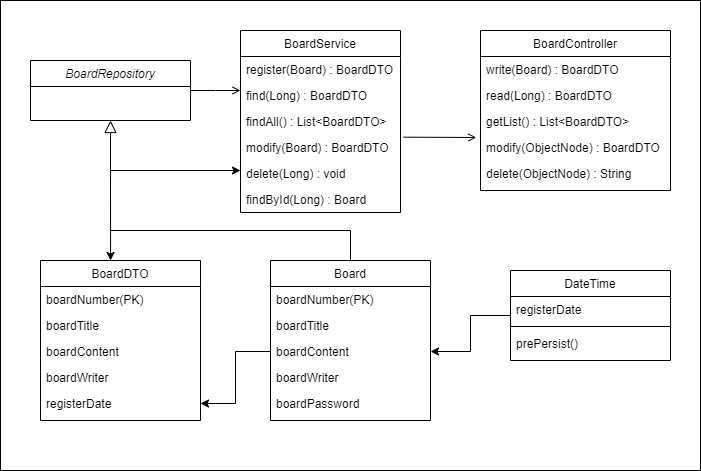
Earlier version of the draw.io export src/main/resources/static/images/Use Case Diagram2.png (wondo8449/scheduler). Source tidied: cells renumbered, new cells last; positions are measured from the earlier drawing's top-left corner, leaving out a move shared by most shapes. The source it was exported from:
```xml
<mxGraphModel>
  <root>
    <mxCell id="0" />
    <mxCell id="1" parent="0" />
    <mxCell id="2" style="rounded=0;whiteSpace=wrap;html=1;fillColor=#FFFFFF;" parent="1" vertex="1">
      <mxGeometry width="700" height="470" as="geometry" />
    </mxCell>
    <mxCell id="3" value="BoardRepository" style="swimlane;fontStyle=2;align=center;verticalAlign=top;horizontal=1;startSize=26;rounded=0;shadow=0;strokeWidth=1;" parent="1" vertex="1">
      <mxGeometry x="30" y="60" width="160" height="60" as="geometry" />
    </mxCell>
    <mxCell id="4" value="Board" style="swimlane;fontStyle=0;align=center;verticalAlign=top;horizontal=1;startSize=26;rounded=0;shadow=0;strokeWidth=1;" parent="1" vertex="1">
      <mxGeometry x="270" y="260" width="160" height="160" as="geometry" />
    </mxCell>
    <mxCell id="5" value="boardNumber(PK)" style="text;align=left;verticalAlign=top;spacingLeft=4;spacingRight=4;overflow=hidden;" parent="4" vertex="1">
      <mxGeometry y="26" width="160" height="26" as="geometry" />
    </mxCell>
    <mxCell id="6" value="boardTitle" style="text;align=left;verticalAlign=top;spacingLeft=4;spacingRight=4;overflow=hidden;rounded=0;shadow=0;html=0;" parent="4" vertex="1">
      <mxGeometry y="52" width="160" height="26" as="geometry" />
    </mxCell>
    <mxCell id="7" value="boardContent" style="text;align=left;verticalAlign=top;spacingLeft=4;spacingRight=4;overflow=hidden;points=[[0,0.5],[1,0.5]];portConstraint=eastwest;rounded=0;shadow=0;html=0;" parent="4" vertex="1">
      <mxGeometry y="78" width="160" height="26" as="geometry" />
    </mxCell>
    <mxCell id="8" value="boardWriter" style="text;align=left;verticalAlign=top;spacingLeft=4;spacingRight=4;overflow=hidden;rounded=0;shadow=0;html=0;" parent="4" vertex="1">
      <mxGeometry y="104" width="160" height="26" as="geometry" />
    </mxCell>
    <mxCell id="9" value="boardPassword" style="text;align=left;verticalAlign=top;spacingLeft=4;spacingRight=4;overflow=hidden;rounded=0;shadow=0;html=0;" parent="4" vertex="1">
      <mxGeometry y="130" width="160" height="26" as="geometry" />
    </mxCell>
    <mxCell id="10" style="endArrow=block;endSize=10;endFill=0;shadow=0;strokeWidth=1;rounded=0;curved=0;edgeStyle=elbowEdgeStyle;elbow=vertical;" parent="1" edge="1" source="4" target="3">
      <mxGeometry relative="1" as="geometry">
        <Array as="points">
          <mxPoint x="230" y="230" />
        </Array>
      </mxGeometry>
    </mxCell>
    <mxCell id="11" style="edgeStyle=orthogonalEdgeStyle;rounded=0;jettySize=auto;html=1;" parent="1" edge="1" source="12" target="7">
      <mxGeometry relative="1" as="geometry" />
    </mxCell>
    <mxCell id="12" value="DateTime" style="swimlane;fontStyle=0;align=center;verticalAlign=top;horizontal=1;startSize=26;rounded=0;shadow=0;strokeWidth=1;" parent="1" vertex="1">
      <mxGeometry x="510" y="270" width="160" height="90" as="geometry" />
    </mxCell>
    <mxCell id="13" value="registerDate" style="text;align=left;verticalAlign=top;spacingLeft=4;spacingRight=4;overflow=hidden;" parent="12" vertex="1">
      <mxGeometry y="26" width="160" height="26" as="geometry" />
    </mxCell>
    <mxCell id="14" style="line;html=1;strokeWidth=1;align=left;verticalAlign=middle;spacingTop=-1;spacingLeft=3;spacingRight=3;labelPosition=right;" parent="12" vertex="1">
      <mxGeometry y="52" width="160" height="8" as="geometry" />
    </mxCell>
    <mxCell id="15" value="prePersist()" style="text;align=left;verticalAlign=top;spacingLeft=4;spacingRight=4;overflow=hidden;" parent="12" vertex="1">
      <mxGeometry y="60" width="160" height="26" as="geometry" />
    </mxCell>
    <mxCell id="16" value="BoardService" style="swimlane;fontStyle=0;align=center;verticalAlign=top;horizontal=1;startSize=26;rounded=0;shadow=0;strokeWidth=1;" parent="1" vertex="1">
      <mxGeometry x="240" y="30" width="160" height="182" as="geometry" />
    </mxCell>
    <mxCell id="17" value="register(Board) : BoardDTO" style="text;align=left;verticalAlign=top;spacingLeft=4;spacingRight=4;overflow=hidden;" parent="16" vertex="1">
      <mxGeometry y="26" width="160" height="26" as="geometry" />
    </mxCell>
    <mxCell id="18" value="find(Long) : BoardDTO" style="text;align=left;verticalAlign=top;spacingLeft=4;spacingRight=4;overflow=hidden;rounded=0;shadow=0;html=0;" parent="16" vertex="1">
      <mxGeometry y="52" width="160" height="26" as="geometry" />
    </mxCell>
    <mxCell id="19" value="findAll() : List&lt;BoardDTO&gt;" style="text;align=left;verticalAlign=top;spacingLeft=4;spacingRight=4;overflow=hidden;rounded=0;shadow=0;html=0;" parent="16" vertex="1">
      <mxGeometry y="78" width="160" height="26" as="geometry" />
    </mxCell>
    <mxCell id="20" value="modify(Board) : BoardDTO" style="text;align=left;verticalAlign=top;spacingLeft=4;spacingRight=4;overflow=hidden;points=[[0,0.5],[1,0.5]];portConstraint=eastwest;rounded=0;shadow=0;html=0;" parent="16" vertex="1">
      <mxGeometry y="104" width="160" height="26" as="geometry" />
    </mxCell>
    <mxCell id="21" value="delete(Long) : void" style="text;align=left;verticalAlign=top;spacingLeft=4;spacingRight=4;overflow=hidden;rounded=0;shadow=0;html=0;" parent="16" vertex="1">
      <mxGeometry y="130" width="160" height="26" as="geometry" />
    </mxCell>
    <mxCell id="22" value="findById(Long) : Board" style="text;align=left;verticalAlign=top;spacingLeft=4;spacingRight=4;overflow=hidden;rounded=0;shadow=0;html=0;" parent="16" vertex="1">
      <mxGeometry y="156" width="160" height="26" as="geometry" />
    </mxCell>
    <mxCell id="23" style="endArrow=open;shadow=0;strokeWidth=1;rounded=0;curved=0;endFill=1;edgeStyle=elbowEdgeStyle;elbow=vertical;" parent="1" edge="1" source="3" target="16">
      <mxGeometry x="0.5" y="41" relative="1" as="geometry">
        <mxPoint x="-40" y="32" as="offset" />
      </mxGeometry>
    </mxCell>
    <mxCell id="24" value="BoardController" style="swimlane;fontStyle=0;align=center;verticalAlign=top;horizontal=1;startSize=26;rounded=0;shadow=0;strokeWidth=1;" parent="1" vertex="1">
      <mxGeometry x="480" y="30" width="190" height="160" as="geometry" />
    </mxCell>
    <mxCell id="25" value="write(Board) : BoardDTO" style="text;align=left;verticalAlign=top;spacingLeft=4;spacingRight=4;overflow=hidden;" parent="24" vertex="1">
      <mxGeometry y="26" width="190" height="26" as="geometry" />
    </mxCell>
    <mxCell id="26" value="read(Long) : BoardDTO" style="text;align=left;verticalAlign=top;spacingLeft=4;spacingRight=4;overflow=hidden;rounded=0;shadow=0;html=0;" parent="24" vertex="1">
      <mxGeometry y="52" width="190" height="26" as="geometry" />
    </mxCell>
    <mxCell id="27" value="getList() : List&lt;BoardDTO&gt;" style="text;align=left;verticalAlign=top;spacingLeft=4;spacingRight=4;overflow=hidden;rounded=0;shadow=0;html=0;" parent="24" vertex="1">
      <mxGeometry y="78" width="190" height="26" as="geometry" />
    </mxCell>
    <mxCell id="28" value="modify(ObjectNode) : BoardDTO" style="text;align=left;verticalAlign=top;spacingLeft=4;spacingRight=4;overflow=hidden;points=[[0,0.5],[1,0.5]];portConstraint=eastwest;rounded=0;shadow=0;html=0;" parent="24" vertex="1">
      <mxGeometry y="104" width="190" height="26" as="geometry" />
    </mxCell>
    <mxCell id="29" value="delete(ObjectNode) : String" style="text;align=left;verticalAlign=top;spacingLeft=4;spacingRight=4;overflow=hidden;rounded=0;shadow=0;html=0;" parent="24" vertex="1">
      <mxGeometry y="130" width="190" height="26" as="geometry" />
    </mxCell>
    <mxCell id="30" style="endArrow=open;shadow=0;strokeWidth=1;rounded=0;curved=0;endFill=1;edgeStyle=elbowEdgeStyle;elbow=vertical;exitX=1.019;exitY=0.103;exitDx=0;exitDy=0;exitPerimeter=0;entryX=-0.022;entryY=0.121;entryDx=0;entryDy=0;entryPerimeter=0;" parent="1" edge="1" source="20" target="28">
      <mxGeometry x="0.5" y="41" relative="1" as="geometry">
        <mxPoint x="-40" y="32" as="offset" />
      </mxGeometry>
    </mxCell>
    <mxCell id="31" value="BoardDTO" style="swimlane;fontStyle=0;align=center;verticalAlign=top;horizontal=1;startSize=26;rounded=0;shadow=0;strokeWidth=1;" parent="1" vertex="1">
      <mxGeometry x="40" y="260" width="160" height="160" as="geometry" />
    </mxCell>
    <mxCell id="32" value="boardNumber(PK)" style="text;align=left;verticalAlign=top;spacingLeft=4;spacingRight=4;overflow=hidden;" parent="31" vertex="1">
      <mxGeometry y="26" width="160" height="26" as="geometry" />
    </mxCell>
    <mxCell id="33" value="boardTitle" style="text;align=left;verticalAlign=top;spacingLeft=4;spacingRight=4;overflow=hidden;rounded=0;shadow=0;html=0;" parent="31" vertex="1">
      <mxGeometry y="52" width="160" height="26" as="geometry" />
    </mxCell>
    <mxCell id="34" value="boardContent" style="text;align=left;verticalAlign=top;spacingLeft=4;spacingRight=4;overflow=hidden;rounded=0;shadow=0;html=0;" parent="31" vertex="1">
      <mxGeometry y="78" width="160" height="26" as="geometry" />
    </mxCell>
    <mxCell id="35" value="boardWriter" style="text;align=left;verticalAlign=top;spacingLeft=4;spacingRight=4;overflow=hidden;rounded=0;shadow=0;html=0;" parent="31" vertex="1">
      <mxGeometry y="104" width="160" height="26" as="geometry" />
    </mxCell>
    <mxCell id="36" value="registerDate" style="text;align=left;verticalAlign=top;spacingLeft=4;spacingRight=4;overflow=hidden;points=[[0,0.5],[1,0.5]];portConstraint=eastwest;" parent="31" vertex="1">
      <mxGeometry y="130" width="160" height="26" as="geometry" />
    </mxCell>
    <mxCell id="37" style="edgeStyle=orthogonalEdgeStyle;rounded=0;jettySize=auto;html=1;" parent="1" edge="1" source="7" target="36">
      <mxGeometry relative="1" as="geometry" />
    </mxCell>
    <mxCell id="38" style="endArrow=classic;startArrow=classic;html=1;rounded=0;exitX=0.438;exitY=0;exitDx=0;exitDy=0;exitPerimeter=0;" parent="1" edge="1" source="31">
      <mxGeometry relative="1" as="geometry">
        <mxPoint x="240" y="170" as="targetPoint" />
        <Array as="points">
          <mxPoint x="110" y="170" />
        </Array>
      </mxGeometry>
    </mxCell>
  </root>
</mxGraphModel>
```
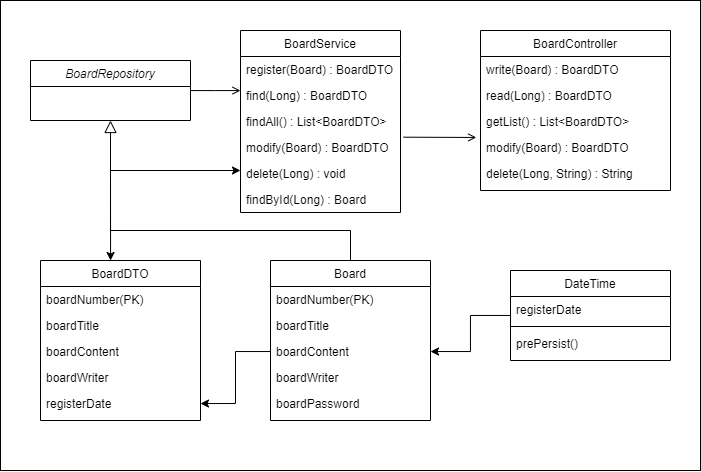
After the change.

Commit message:
다이어그램 수정

What changed in the source:
```diff
@@ -86,10 +86,10 @@
     <mxCell id="27" value="getList() : List&lt;BoardDTO&gt;" style="text;align=left;verticalAlign=top;spacingLeft=4;spacingRight=4;overflow=hidden;rounded=0;shadow=0;html=0;" parent="24" vertex="1">
       <mxGeometry y="78" width="190" height="26" as="geometry" />
     </mxCell>
-    <mxCell id="28" value="modify(ObjectNode) : BoardDTO" style="text;align=left;verticalAlign=top;spacingLeft=4;spacingRight=4;overflow=hidden;points=[[0,0.5],[1,0.5]];portConstraint=eastwest;rounded=0;shadow=0;html=0;" parent="24" vertex="1">
+    <mxCell id="28" value="modify(Board) : BoardDTO" style="text;align=left;verticalAlign=top;spacingLeft=4;spacingRight=4;overflow=hidden;points=[[0,0.5],[1,0.5]];portConstraint=eastwest;rounded=0;shadow=0;html=0;" parent="24" vertex="1">
       <mxGeometry y="104" width="190" height="26" as="geometry" />
     </mxCell>
-    <mxCell id="29" value="delete(ObjectNode) : String" style="text;align=left;verticalAlign=top;spacingLeft=4;spacingRight=4;overflow=hidden;rounded=0;shadow=0;html=0;" parent="24" vertex="1">
+    <mxCell id="29" value="delete(Long, String) : String" style="text;align=left;verticalAlign=top;spacingLeft=4;spacingRight=4;overflow=hidden;rounded=0;shadow=0;html=0;" parent="24" vertex="1">
       <mxGeometry y="130" width="190" height="26" as="geometry" />
     </mxCell>
     <mxCell id="30" style="endArrow=open;shadow=0;strokeWidth=1;rounded=0;curved=0;endFill=1;edgeStyle=elbowEdgeStyle;elbow=vertical;exitX=1.019;exitY=0.103;exitDx=0;exitDy=0;exitPerimeter=0;entryX=-0.022;entryY=0.121;entryDx=0;entryDy=0;entryPerimeter=0;" parent="1" edge="1" source="20" target="28">
```
